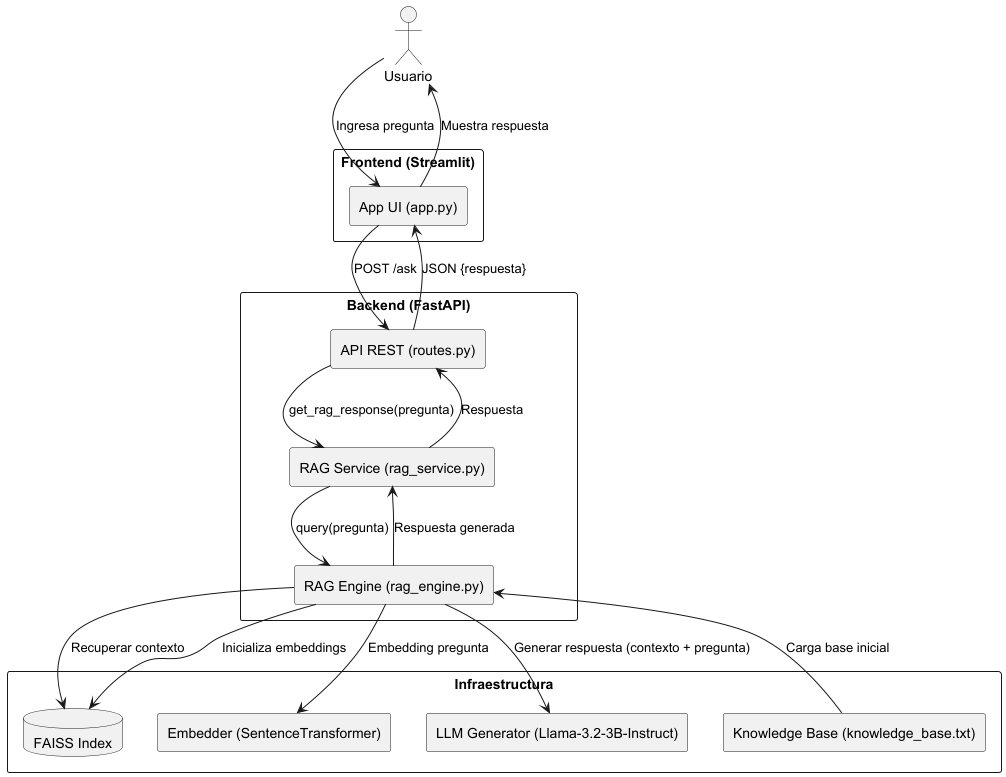
Before: .docs/architecture_diagram.png, a diagram exported from PlantUML (jagoss/chatbot-umpe).
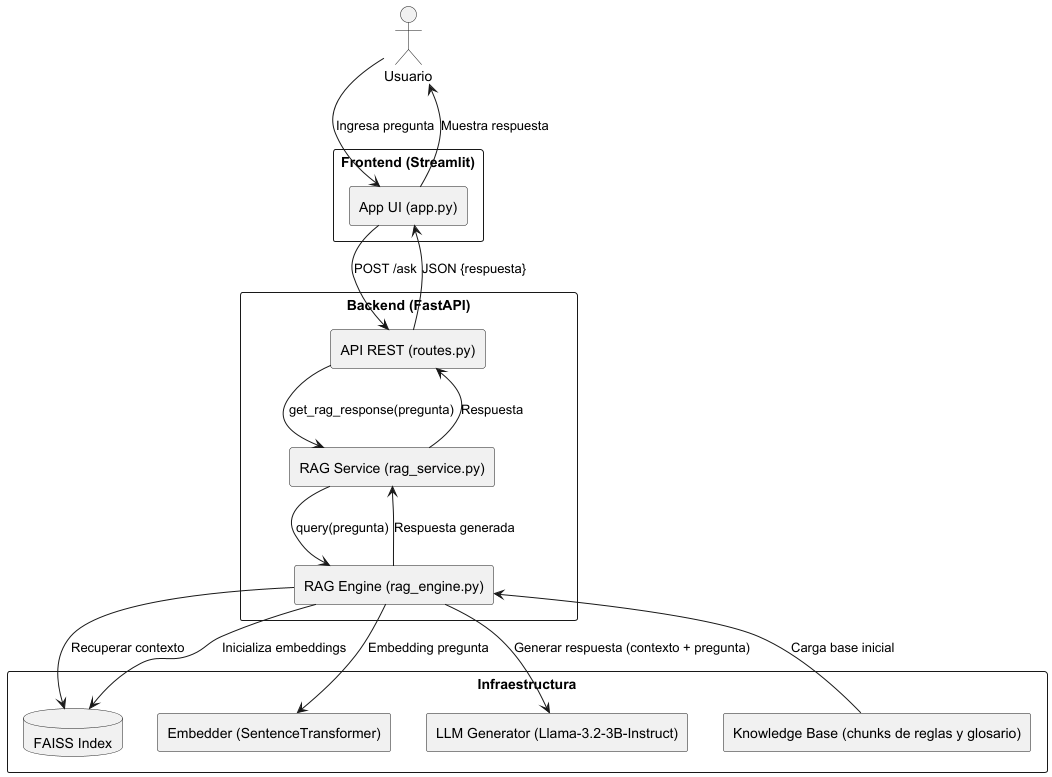
Above is the later version.

Change to the diagram source:
```diff
@@ -16,7 +16,7 @@
 
 package "Infraestructura" {
     database "FAISS Index" as Faiss
-    component "Knowledge Base (knowledge_base.txt)" as KB
+    component "Knowledge Base (chunks de reglas y glosario)" as KB
     component "Embedder (SentenceTransformer)" as Embedder
     component "LLM Generator (Llama-3.2-3B-Instruct)" as Generator
 }
```
